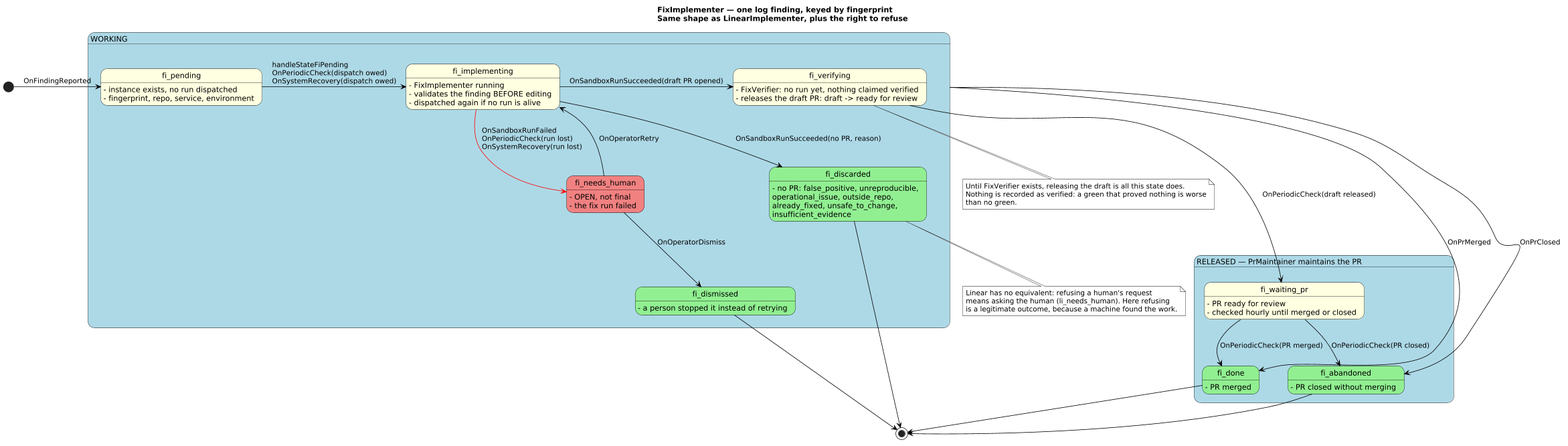
Above: docs/workflow-engine/state-diagrams/03-fix-implementer.png in LuxorLabs/jardinero (PlantUML), before the change.
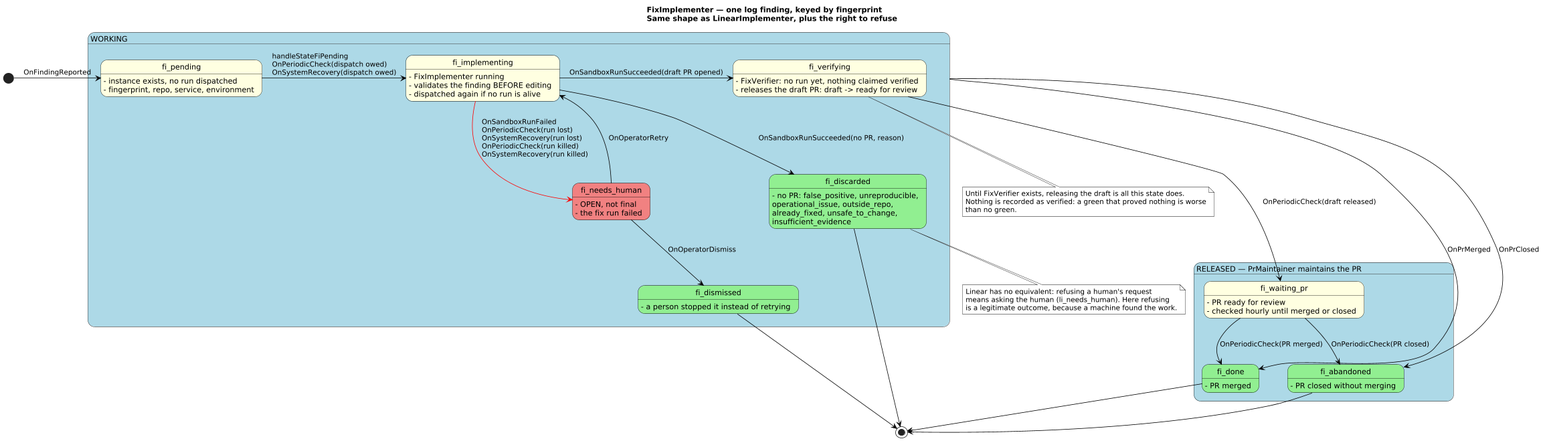
After the commit.

Diff of the diagram source:
```diff
@@ -62,7 +62,7 @@
 Pending -r-> Implementing: handleStateFiPending\nOnPeriodicCheck(dispatch owed)\nOnSystemRecovery(dispatch owed)
 Implementing -r-> Verifying: OnSandboxRunSucceeded(draft PR opened)
 Implementing -d-> Discarded: OnSandboxRunSucceeded(no PR, reason)
-Implementing -[#Red]-> NeedsHuman: OnSandboxRunFailed\nOnPeriodicCheck(run lost)\nOnSystemRecovery(run lost)
+Implementing -[#Red]-> NeedsHuman: OnSandboxRunFailed\nOnPeriodicCheck(run lost)\nOnSystemRecovery(run lost)\nOnPeriodicCheck(run killed)\nOnSystemRecovery(run killed)
 
 NeedsHuman -u-> Implementing: OnOperatorRetry
 NeedsHuman -d-> Dismissed: OnOperatorDismiss
```
